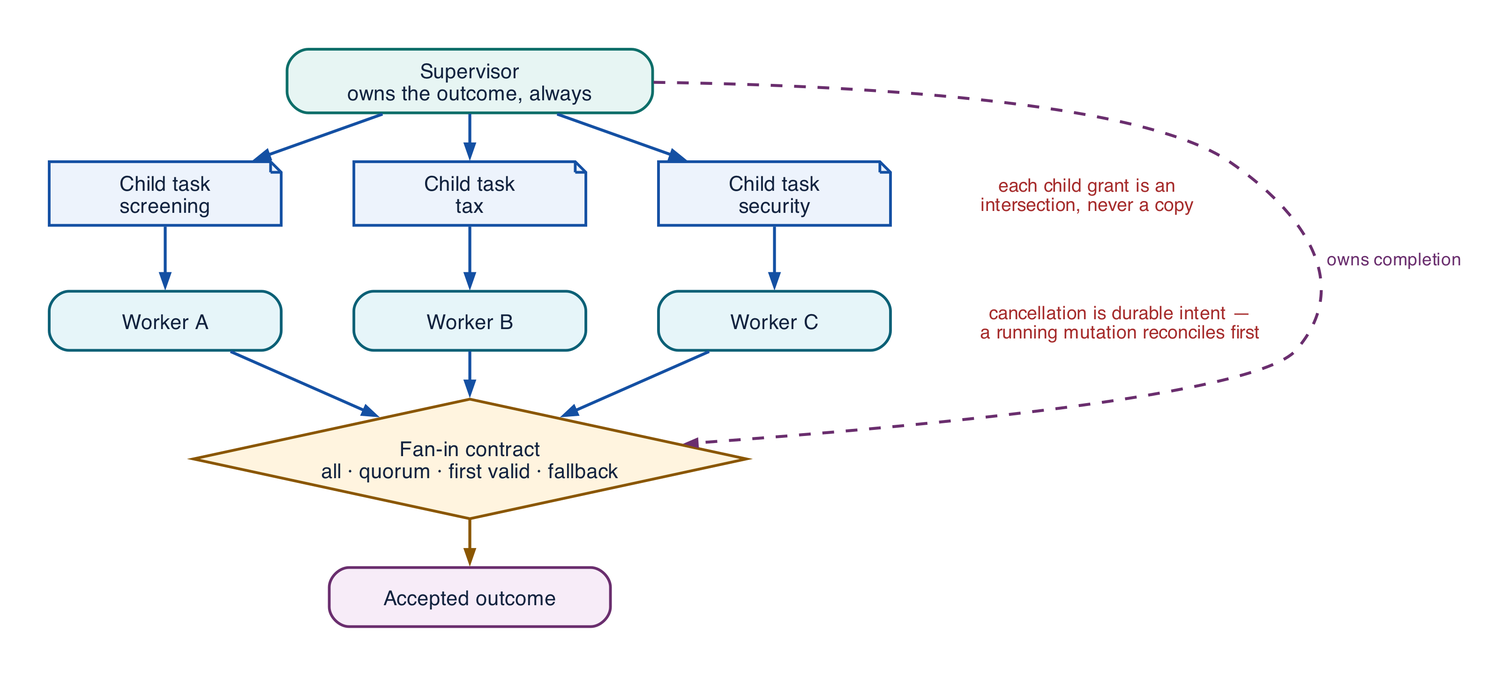
This is assets/diagrams/supervisor-worker.png from rrahimi-uci/building-enterprise-general-intelligence, a Graphviz export, as it was before one commit. Its source is kept beside it as assets/diagrams/src/supervisor-worker.gv. Its diagram source:
```dot
digraph supervisor_worker {
  rankdir = TB
  graph [ranksep=0.32, nodesep=0.26]
  node [shape=box, style="filled,rounded", penwidth=1.4, fontsize=10.5,
        margin="0.12,0.07", height=0.42, width=1.65]
  edge [arrowsize=0.65, penwidth=1.5, color="#1450A3"]

  sup [label="Supervisor\nowns the outcome, always", fillcolor="#E7F5F3",
       color="#0D6E69", width=2.6]

  t1 [label="Child task\nscreening", shape=note, style=filled,
      fillcolor="#EDF3FC", color="#1450A3"]
  t2 [label="Child task\ntax", shape=note, style=filled,
      fillcolor="#EDF3FC", color="#1450A3"]
  t3 [label="Child task\nsecurity", shape=note, style=filled,
      fillcolor="#EDF3FC", color="#1450A3"]

  w1 [label="Worker A", fillcolor="#E6F5F9", color="#0B6076"]
  w2 [label="Worker B", fillcolor="#E6F5F9", color="#0B6076"]
  w3 [label="Worker C", fillcolor="#E6F5F9", color="#0B6076"]

  join [label="Fan-in contract\nall · quorum · first valid · fallback",
        shape=diamond, style=filled, fillcolor="#FFF4DF", color="#8A5600",
        height=0.85, width=3.4]
  out  [label="Accepted outcome", fillcolor="#F7ECF8", color="#6A2E6E", width=2.0]

  grant [label="each child grant is an\nintersection, never a copy",
         shape=plaintext, style="", fontsize=9.5, fontcolor="#A62C2C"]
  canc  [label="cancellation is durable intent —\na running mutation reconciles first",
         shape=plaintext, style="", fontsize=9.5, fontcolor="#A62C2C"]

  sup -> t1; sup -> t2; sup -> t3
  t1 -> w1; t2 -> w2; t3 -> w3
  w1 -> join; w2 -> join; w3 -> join
  join -> out [color="#8A5600"]
  sup -> join [color="#6A2E6E", style=dashed, arrowsize=0.5,
               label="  owns completion", fontsize=9, fontcolor="#6A2E6E",
               constraint=false]

  { rank=same; t1 -> t2 -> t3 -> grant [style=invis] }
  { rank=same; w1 -> w2 -> w3 -> canc  [style=invis] }
}
```
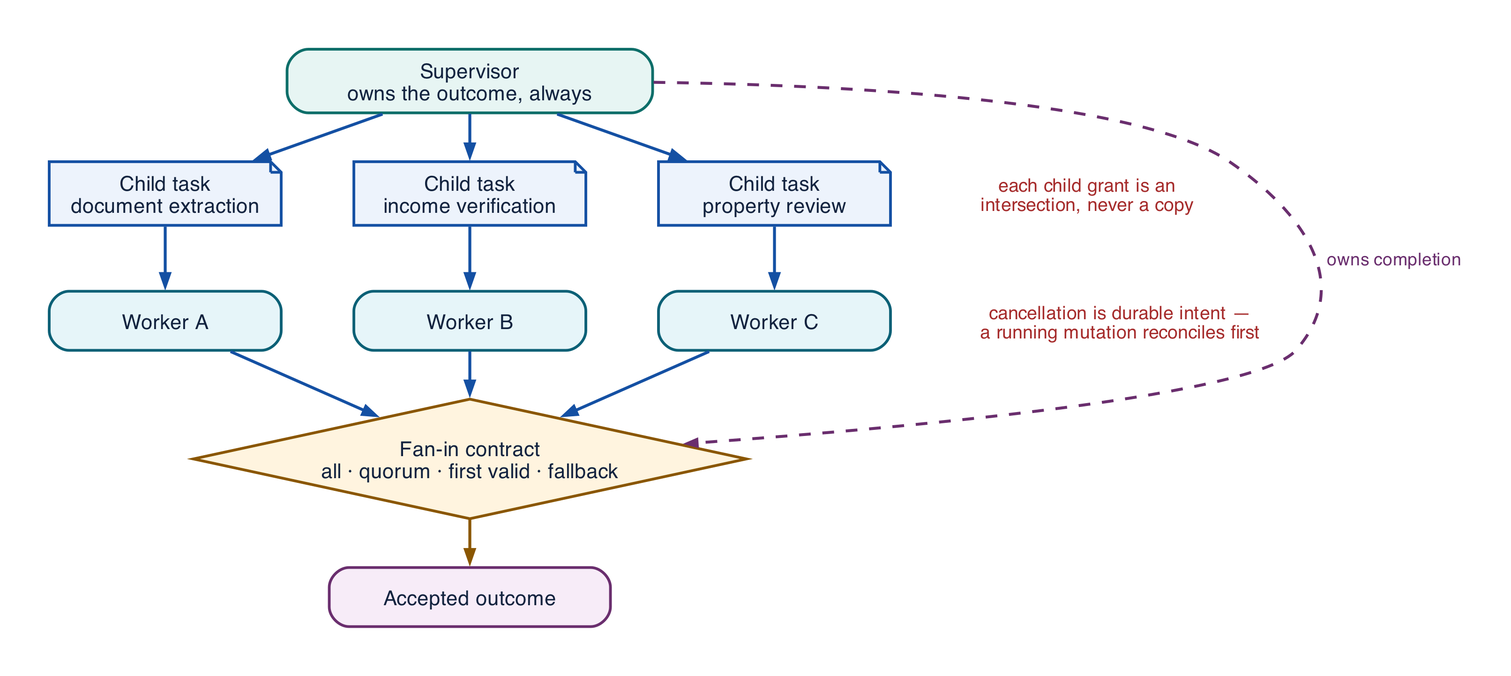
The same file after the commit.

What changed in the source:
```diff
@@ -8,11 +8,11 @@
   sup [label="Supervisor\nowns the outcome, always", fillcolor="#E7F5F3",
        color="#0D6E69", width=2.6]
 
-  t1 [label="Child task\nscreening", shape=note, style=filled,
+  t1 [label="Child task\ndocument extraction", shape=note, style=filled,
       fillcolor="#EDF3FC", color="#1450A3"]
-  t2 [label="Child task\ntax", shape=note, style=filled,
+  t2 [label="Child task\nincome verification", shape=note, style=filled,
       fillcolor="#EDF3FC", color="#1450A3"]
-  t3 [label="Child task\nsecurity", shape=note, style=filled,
+  t3 [label="Child task\nproperty review", shape=note, style=filled,
       fillcolor="#EDF3FC", color="#1450A3"]
 
   w1 [label="Worker A", fillcolor="#E6F5F9", color="#0B6076"]
```
